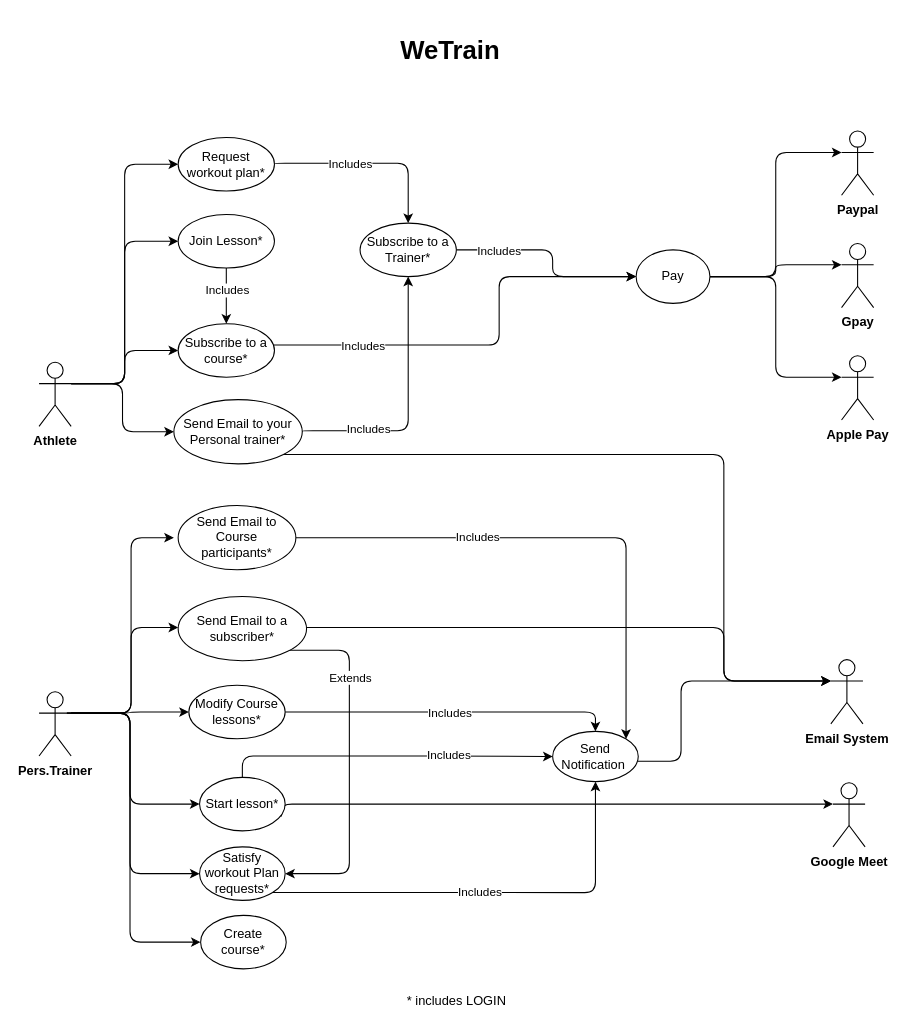
The draw.io diagram UCdiagram.drawio in Bobbarello00/WeTrain, before the edit. Source tidied: cells renumbered, new cells numbered last; positions are measured from the earlier drawing's top-left corner, leaving out a move shared by most shapes. Both pictures are drawn from the tidied source at 107%, with x=0, y=0 at pixel (39, 24).
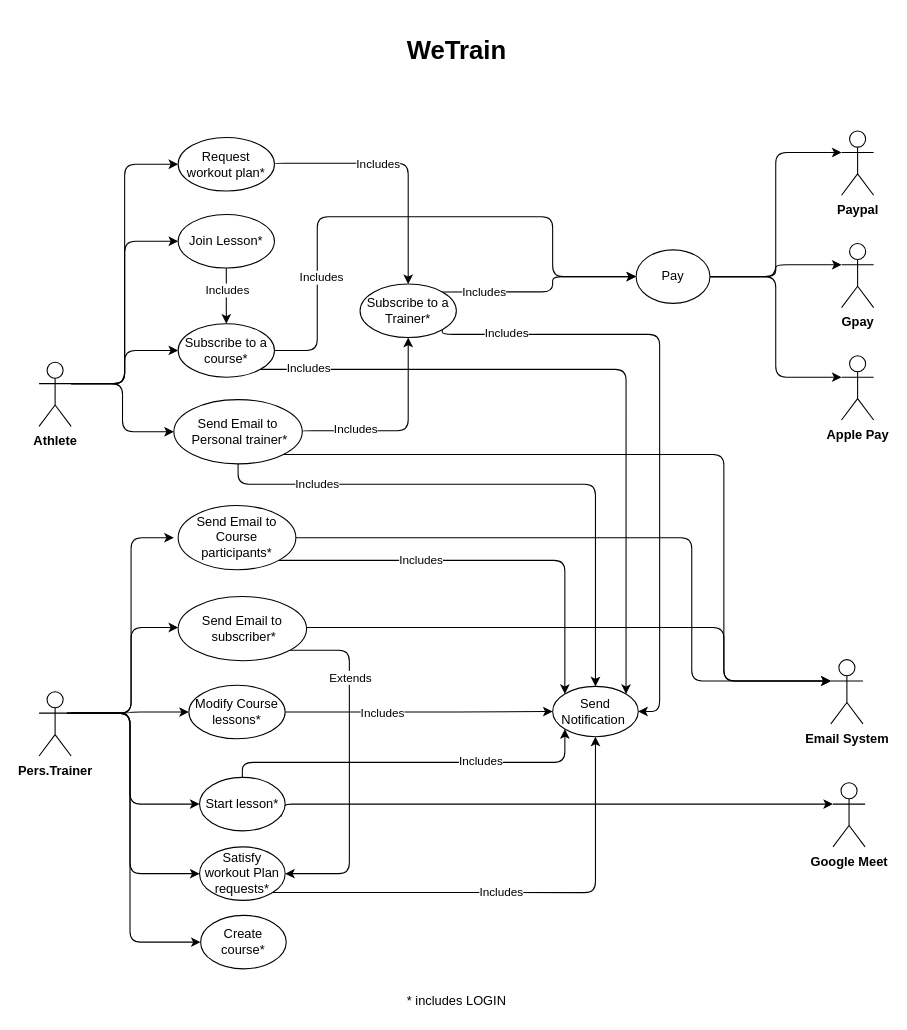
The same diagram, later.

The change refers to these unchanged cells:
```xml
<mxCell id="20" value="Modify Course lessons*" style="ellipse;whiteSpace=wrap;html=1;rounded=1;" parent="1" vertex="1">
  <mxGeometry x="140" y="618" width="90" height="50" as="geometry" />
</mxCell>
<mxCell id="23" value="Start lesson*" style="ellipse;whiteSpace=wrap;html=1;rounded=1;" parent="1" vertex="1">
  <mxGeometry x="150" y="704" width="80" height="50" as="geometry" />
</mxCell>
<mxCell id="41" value="Pay" style="ellipse;whiteSpace=wrap;html=1;rounded=1;" parent="1" vertex="1">
  <mxGeometry x="558" y="211" width="69" height="50" as="geometry" />
</mxCell>
<mxCell id="46" value="&lt;b&gt;Email System&lt;br&gt;&lt;/b&gt;" style="shape=umlActor;verticalLabelPosition=bottom;verticalAlign=top;html=1;outlineConnect=0;rounded=1;" parent="1" vertex="1">
  <mxGeometry x="740" y="594" width="30" height="60" as="geometry" />
</mxCell>
<mxCell id="49" value="Subscribe to a course*" style="ellipse;whiteSpace=wrap;html=1;rounded=1;" parent="1" vertex="1">
  <mxGeometry x="130" y="280" width="90" height="50" as="geometry" />
</mxCell>
<mxCell id="57" value="Send Email to Course participants*" style="ellipse;whiteSpace=wrap;html=1;rounded=1;" parent="1" vertex="1">
  <mxGeometry x="130" y="450" width="110" height="60" as="geometry" />
</mxCell>
<mxCell id="58" style="edgeStyle=orthogonalEdgeStyle;rounded=1;jettySize=auto;html=1;exitX=0.5;exitY=1;exitDx=0;exitDy=0;entryX=0.5;entryY=0;entryDx=0;entryDy=0;" parent="1" edge="1" source="60" target="49">
  <mxGeometry relative="1" as="geometry" />
</mxCell>
```

What changed in the source:
```diff
@@
     <mxCell id="16" value="&lt;h1&gt;WeTrain&lt;/h1&gt;" style="text;html=1;align=center;verticalAlign=middle;strokeColor=none;fillColor=none;rounded=1;" parent="1" vertex="1">
-      <mxGeometry x="329" width="110" height="50" as="geometry" />
+      <mxGeometry x="335" width="110" height="50" as="geometry" />
     </mxCell>
@@
-    <mxCell id="18" style="edgeStyle=orthogonalEdgeStyle;rounded=1;jettySize=auto;html=1;exitX=1;exitY=0.5;exitDx=0;exitDy=0;entryX=0.5;entryY=0;entryDx=0;entryDy=0;" parent="1" edge="1" source="20" target="25">
+    <mxCell id="18" style="edgeStyle=orthogonalEdgeStyle;rounded=1;jettySize=auto;html=1;exitX=1;exitY=0.5;exitDx=0;exitDy=0;entryX=0;entryY=0.5;entryDx=0;entryDy=0;" parent="1" edge="1" source="20" target="25">
       <mxGeometry relative="1" as="geometry">
         <Array as="points">
-          <mxPoint x="230" y="643" />
-          <mxPoint x="520" y="643" />
+          <mxPoint x="380" y="643" />
+          <mxPoint x="380" y="642" />
         </Array>
       </mxGeometry>
     </mxCell>
     <mxCell id="19" value="Includes" style="edgeLabel;html=1;align=center;verticalAlign=middle;rounded=1;" parent="18" vertex="1">
       <mxGeometry x="0.02" y="-1" relative="1" as="geometry">
-        <mxPoint x="-4" y="-1" as="offset" />
+        <mxPoint x="-38" y="-1" as="offset" />
       </mxGeometry>
     </mxCell>
@@
-    <mxCell id="21" style="edgeStyle=orthogonalEdgeStyle;rounded=1;jettySize=auto;html=1;exitX=0.5;exitY=0;exitDx=0;exitDy=0;entryX=0;entryY=0.5;entryDx=0;entryDy=0;" parent="1" edge="1" source="23" target="25">
-      <mxGeometry relative="1" as="geometry" />
+    <mxCell id="21" style="edgeStyle=orthogonalEdgeStyle;rounded=1;jettySize=auto;html=1;exitX=0.5;exitY=0;exitDx=0;exitDy=0;entryX=0;entryY=1;entryDx=0;entryDy=0;" parent="1" edge="1" source="23" target="25">
+      <mxGeometry relative="1" as="geometry">
+        <Array as="points">
+          <mxPoint x="190" y="690" />
+          <mxPoint x="491" y="690" />
+        </Array>
+      </mxGeometry>
     </mxCell>
@@
-    <mxCell id="24" style="edgeStyle=orthogonalEdgeStyle;rounded=1;jettySize=auto;html=1;entryX=0;entryY=0.3333333333333333;entryDx=0;entryDy=0;entryPerimeter=0;" parent="1" edge="1" source="25" target="46">
-      <mxGeometry relative="1" as="geometry">
-        <Array as="points">
-          <mxPoint x="600" y="689" />
-          <mxPoint x="600" y="614" />
-        </Array>
-      </mxGeometry>
-    </mxCell>
     <mxCell id="25" value="Send Notification&amp;nbsp;" style="ellipse;whiteSpace=wrap;html=1;rounded=1;" parent="1" vertex="1">
-      <mxGeometry x="480" y="661" width="80" height="47" as="geometry" />
+      <mxGeometry x="480" y="619" width="80" height="47" as="geometry" />
     </mxCell>
@@
+    <mxCell id="61" style="edgeStyle=orthogonalEdgeStyle;rounded=1;jettySize=auto;html=1;exitX=0.5;exitY=1;exitDx=0;exitDy=0;entryX=0.5;entryY=0;entryDx=0;entryDy=0;" parent="1" edge="1" source="29" target="25">
+      <mxGeometry relative="1" as="geometry">
+        <Array as="points">
+          <mxPoint x="186" y="430" />
+          <mxPoint x="520" y="430" />
+        </Array>
+      </mxGeometry>
+    </mxCell>
+    <mxCell id="62" value="Includes" style="edgeLabel;html=1;align=center;verticalAlign=middle;" parent="61" vertex="1">
+      <mxGeometry x="-0.66" y="1" relative="1" as="geometry" />
+    </mxCell>
-    <mxCell id="29" value="Send Email to your Personal trainer*" style="ellipse;whiteSpace=wrap;html=1;rounded=1;" parent="1" vertex="1">
+    <mxCell id="29" value="Send Email to&lt;br&gt;&amp;nbsp;Personal trainer*" style="ellipse;whiteSpace=wrap;html=1;rounded=1;" parent="1" vertex="1">
       <mxGeometry x="126" y="351" width="120" height="60" as="geometry" />
     </mxCell>
-    <mxCell id="30" style="edgeStyle=orthogonalEdgeStyle;rounded=1;jettySize=auto;html=1;exitX=1;exitY=0.5;exitDx=0;exitDy=0;entryX=0;entryY=0.5;entryDx=0;entryDy=0;" parent="1" edge="1" source="50" target="41">
+    <mxCell id="30" style="edgeStyle=orthogonalEdgeStyle;rounded=1;jettySize=auto;html=1;exitX=1;exitY=0;exitDx=0;exitDy=0;entryX=0;entryY=0.5;entryDx=0;entryDy=0;" parent="1" edge="1" source="50" target="41">
       <mxGeometry relative="1" as="geometry">
         <Array as="points">
-          <mxPoint x="480" y="211" />
+          <mxPoint x="480" y="250" />
           <mxPoint x="480" y="236" />
         </Array>
       </mxGeometry>
     </mxCell>
@@
     <mxCell id="47" style="edgeStyle=orthogonalEdgeStyle;rounded=1;jettySize=auto;html=1;entryX=0;entryY=0.5;entryDx=0;entryDy=0;" parent="1" edge="1" source="49" target="41">
       <mxGeometry relative="1" as="geometry">
         <Array as="points">
-          <mxPoint x="430" y="300" />
-          <mxPoint x="430" y="236" />
+          <mxPoint x="260" y="305" />
+          <mxPoint x="260" y="180" />
+          <mxPoint x="480" y="180" />
+          <mxPoint x="480" y="236" />
         </Array>
       </mxGeometry>
     </mxCell>
@@
+    <mxCell id="63" style="edgeStyle=orthogonalEdgeStyle;rounded=1;jettySize=auto;html=1;exitX=1;exitY=1;exitDx=0;exitDy=0;entryX=1;entryY=0;entryDx=0;entryDy=0;" parent="1" edge="1" source="49" target="25">
+      <mxGeometry relative="1" as="geometry" />
+    </mxCell>
+    <mxCell id="64" value="Includes" style="edgeLabel;html=1;align=center;verticalAlign=middle;" parent="63" vertex="1">
+      <mxGeometry x="-0.86" y="3" relative="1" as="geometry">
+        <mxPoint y="2" as="offset" />
+      </mxGeometry>
+    </mxCell>
@@
+    <mxCell id="65" style="edgeStyle=orthogonalEdgeStyle;rounded=1;jettySize=auto;html=1;exitX=1;exitY=1;exitDx=0;exitDy=0;entryX=1;entryY=0.5;entryDx=0;entryDy=0;" parent="1" edge="1" source="50" target="25">
+      <mxGeometry relative="1" as="geometry">
+        <Array as="points">
+          <mxPoint x="377" y="290" />
+          <mxPoint x="580" y="290" />
+          <mxPoint x="580" y="643" />
+        </Array>
+      </mxGeometry>
+    </mxCell>
+    <mxCell id="66" value="Includes" style="edgeLabel;html=1;align=center;verticalAlign=middle;" parent="65" vertex="1">
+      <mxGeometry x="-0.78" y="2" relative="1" as="geometry" />
+    </mxCell>
     <mxCell id="50" value="Subscribe to a Trainer*" style="ellipse;whiteSpace=wrap;html=1;rounded=1;" parent="1" vertex="1">
-      <mxGeometry x="300" y="186" width="90" height="50" as="geometry" />
+      <mxGeometry x="300" y="243" width="90" height="50" as="geometry" />
     </mxCell>
@@
-    <mxCell id="54" value="Send Email to a subscriber*" style="ellipse;whiteSpace=wrap;html=1;rounded=1;" parent="1" vertex="1">
+    <mxCell id="54" value="Send Email to&lt;br&gt;&amp;nbsp;subscriber*" style="ellipse;whiteSpace=wrap;html=1;rounded=1;" parent="1" vertex="1">
       <mxGeometry x="130" y="535" width="120" height="60" as="geometry" />
     </mxCell>
-    <mxCell id="55" style="edgeStyle=orthogonalEdgeStyle;rounded=1;jettySize=auto;html=1;exitX=1;exitY=0.5;exitDx=0;exitDy=0;entryX=1;entryY=0;entryDx=0;entryDy=0;" parent="1" edge="1" source="57" target="25">
+    <mxCell id="55" style="edgeStyle=orthogonalEdgeStyle;rounded=1;jettySize=auto;html=1;exitX=1;exitY=1;exitDx=0;exitDy=0;entryX=0;entryY=0;entryDx=0;entryDy=0;" parent="1" edge="1" source="57" target="25">
       <mxGeometry relative="1" as="geometry">
         <Array as="points">
-          <mxPoint x="549" y="480" />
+          <mxPoint x="491" y="501" />
         </Array>
       </mxGeometry>
     </mxCell>
-    <mxCell id="56" value="Includes" style="edgeLabel;html=1;align=center;verticalAlign=middle;" parent="55" vertex="1">
+    <mxCell id="56" value="Includes" style="edgeLabel;html=1;align=center;verticalAlign=middle;rounded=1;" parent="55" vertex="1">
       <mxGeometry x="-0.32" y="-3" relative="1" as="geometry">
         <mxPoint y="-4" as="offset" />
       </mxGeometry>
     </mxCell>
+    <mxCell id="67" style="edgeStyle=orthogonalEdgeStyle;rounded=1;jettySize=auto;html=1;exitX=1;exitY=0.5;exitDx=0;exitDy=0;entryX=0;entryY=0.3333333333333333;entryDx=0;entryDy=0;entryPerimeter=0;" parent="1" edge="1" source="57" target="46">
+      <mxGeometry relative="1" as="geometry">
+        <Array as="points">
+          <mxPoint x="610" y="480" />
+          <mxPoint x="610" y="614" />
+        </Array>
+      </mxGeometry>
+    </mxCell>
@@
-    <mxCell id="59" value="Includes" style="edgeLabel;html=1;align=center;verticalAlign=middle;" parent="58" vertex="1">
+    <mxCell id="59" value="Includes" style="edgeLabel;html=1;align=center;verticalAlign=middle;rounded=1;" parent="58" vertex="1">
       <mxGeometry x="-0.38" y="3" relative="1" as="geometry">
         <mxPoint x="-3" y="4" as="offset" />
       </mxGeometry>
     </mxCell>
```
